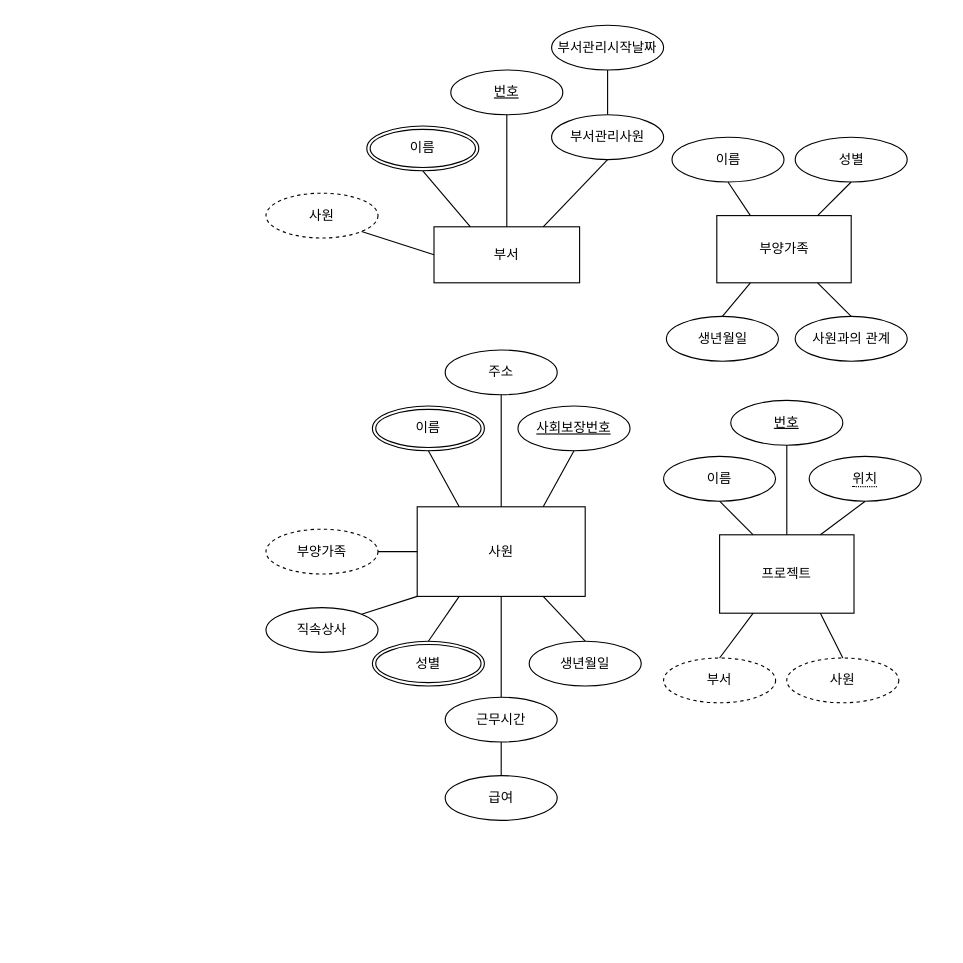
Earlier version of the draw.io diagram 회사다이어그램.drawio (fghjklvmbn/programming-of-anything). Source tidied: cells renumbered, new cells numbered last; positions are measured from the earlier drawing's top-left corner, leaving out a move shared by most shapes. Both pictures are drawn from the tidied source at 112%, with x=0, y=0 at pixel (265, 25).
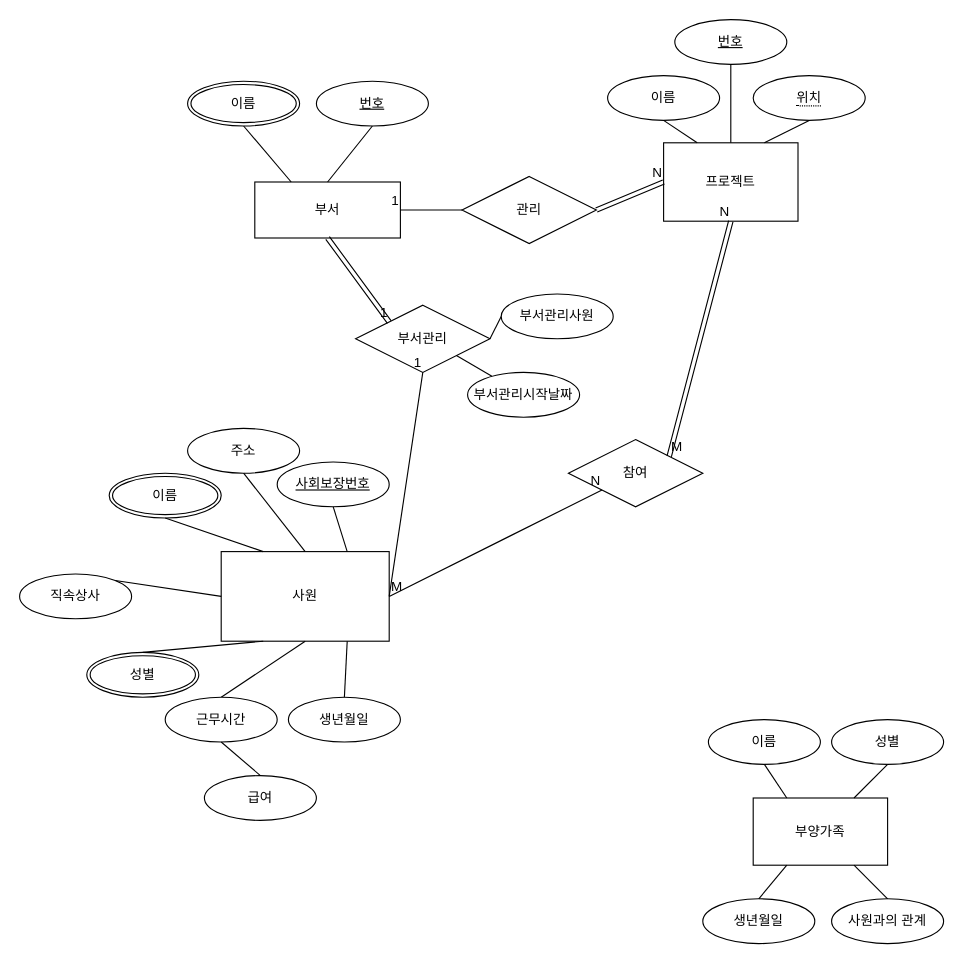
After the change.

Commit message:
회사다이어그램.drawio 업데이트

The edit, as a diff of the source:
```diff
@@
     <mxCell id="2" value="부서" style="rounded=0;whiteSpace=wrap;html=1;" parent="1" vertex="1">
-      <mxGeometry x="150" y="180" width="130" height="50" as="geometry" />
+      <mxGeometry x="-10" y="140" width="130" height="50" as="geometry" />
     </mxCell>
     <mxCell id="3" value="부양가족" style="rounded=0;whiteSpace=wrap;html=1;" parent="1" vertex="1">
-      <mxGeometry x="402.5" y="170" width="120" height="60" as="geometry" />
+      <mxGeometry x="435" y="690" width="120" height="60" as="geometry" />
     </mxCell>
     <mxCell id="4" value="프로젝트" style="rounded=0;whiteSpace=wrap;html=1;" parent="1" vertex="1">
-      <mxGeometry x="405" y="455" width="120" height="70" as="geometry" />
+      <mxGeometry x="355" y="105" width="120" height="70" as="geometry" />
     </mxCell>
     <mxCell id="5" value="사원" style="rounded=0;whiteSpace=wrap;html=1;" parent="1" vertex="1">
-      <mxGeometry x="135" y="430" width="150" height="80" as="geometry" />
+      <mxGeometry x="-40" y="470" width="150" height="80" as="geometry" />
     </mxCell>
     <mxCell id="6" value="이름" style="ellipse;shape=doubleEllipse;margin=3;whiteSpace=wrap;html=1;align=center;" parent="1" vertex="1">
-      <mxGeometry x="90" y="90" width="100" height="40" as="geometry" />
+      <mxGeometry x="-70" y="50" width="100" height="40" as="geometry" />
     </mxCell>
     <mxCell id="7" value="번호" style="ellipse;whiteSpace=wrap;html=1;align=center;fontStyle=4;" parent="1" vertex="1">
-      <mxGeometry x="165" y="40" width="100" height="40" as="geometry" />
+      <mxGeometry x="45" y="50" width="100" height="40" as="geometry" />
     </mxCell>
-    <mxCell id="8" value="사원" style="ellipse;whiteSpace=wrap;html=1;align=center;dashed=1;" parent="1" vertex="1">
-      <mxGeometry y="150" width="100" height="40" as="geometry" />
-    </mxCell>
     <mxCell id="9" value="주소" style="ellipse;whiteSpace=wrap;html=1;align=center;" parent="1" vertex="1">
-      <mxGeometry x="160" y="290" width="100" height="40" as="geometry" />
+      <mxGeometry x="-70" y="360" width="100" height="40" as="geometry" />
     </mxCell>
     <mxCell id="10" value="급여" style="ellipse;whiteSpace=wrap;html=1;align=center;" parent="1" vertex="1">
-      <mxGeometry x="160" y="670" width="100" height="40" as="geometry" />
+      <mxGeometry x="-55" y="670" width="100" height="40" as="geometry" />
     </mxCell>
     <mxCell id="11" value="생년월일" style="ellipse;whiteSpace=wrap;html=1;align=center;" parent="1" vertex="1">
-      <mxGeometry x="235" y="550" width="100" height="40" as="geometry" />
+      <mxGeometry x="20" y="600" width="100" height="40" as="geometry" />
     </mxCell>
     <mxCell id="12" value="사회보장번호" style="ellipse;whiteSpace=wrap;html=1;align=center;fontStyle=4;" parent="1" vertex="1">
-      <mxGeometry x="225" y="340" width="100" height="40" as="geometry" />
+      <mxGeometry x="10" y="390" width="100" height="40" as="geometry" />
     </mxCell>
     <mxCell id="13" value="이름" style="ellipse;shape=doubleEllipse;margin=3;whiteSpace=wrap;html=1;align=center;" parent="1" vertex="1">
-      <mxGeometry x="95" y="340" width="100" height="40" as="geometry" />
+      <mxGeometry x="-140" y="400" width="100" height="40" as="geometry" />
     </mxCell>
     <mxCell id="14" value="성별" style="ellipse;shape=doubleEllipse;margin=3;whiteSpace=wrap;html=1;align=center;" parent="1" vertex="1">
-      <mxGeometry x="95" y="550" width="100" height="40" as="geometry" />
+      <mxGeometry x="-160" y="560" width="100" height="40" as="geometry" />
     </mxCell>
@@
     <mxCell id="21" value="번호" style="ellipse;whiteSpace=wrap;html=1;align=center;fontStyle=4;" parent="1" vertex="1">
-      <mxGeometry x="415" y="335" width="100" height="40" as="geometry" />
+      <mxGeometry x="365" y="-5" width="100" height="40" as="geometry" />
     </mxCell>
-    <mxCell id="22" value="사원" style="ellipse;whiteSpace=wrap;html=1;align=center;dashed=1;" parent="1" vertex="1">
-      <mxGeometry x="465" y="565" width="100" height="40" as="geometry" />
-    </mxCell>
     <mxCell id="23" value="&lt;span style=&quot;border-bottom: 1px dotted&quot;&gt;위치&lt;br&gt;&lt;/span&gt;" style="ellipse;whiteSpace=wrap;html=1;align=center;" parent="1" vertex="1">
-      <mxGeometry x="485" y="385" width="100" height="40" as="geometry" />
+      <mxGeometry x="435" y="45" width="100" height="40" as="geometry" />
     </mxCell>
     <mxCell id="24" value="이름" style="ellipse;whiteSpace=wrap;html=1;align=center;" parent="1" vertex="1">
-      <mxGeometry x="355" y="385" width="100" height="40" as="geometry" />
+      <mxGeometry x="305" y="45" width="100" height="40" as="geometry" />
     </mxCell>
-    <mxCell id="25" value="부서" style="ellipse;whiteSpace=wrap;html=1;align=center;dashed=1;" parent="1" vertex="1">
-      <mxGeometry x="355" y="565" width="100" height="40" as="geometry" />
-    </mxCell>
-    <mxCell id="26" style="endArrow=none;html=1;rounded=0;exitX=0.25;exitY=1;exitDx=0;exitDy=0;entryX=0.5;entryY=0;entryDx=0;entryDy=0;" parent="1" edge="1" source="4" target="25">
-      <mxGeometry relative="1" as="geometry" />
-    </mxCell>
-    <mxCell id="27" style="endArrow=none;html=1;rounded=0;exitX=0.75;exitY=1;exitDx=0;exitDy=0;entryX=0.5;entryY=0;entryDx=0;entryDy=0;" parent="1" edge="1" source="4" target="22">
-      <mxGeometry relative="1" as="geometry" />
-    </mxCell>
@@
     <mxCell id="31" value="성별" style="ellipse;whiteSpace=wrap;html=1;align=center;" parent="1" vertex="1">
-      <mxGeometry x="472.5" y="100" width="100" height="40" as="geometry" />
+      <mxGeometry x="505" y="620" width="100" height="40" as="geometry" />
     </mxCell>
     <mxCell id="32" value="이름" style="ellipse;whiteSpace=wrap;html=1;align=center;" parent="1" vertex="1">
-      <mxGeometry x="362.5" y="100" width="100" height="40" as="geometry" />
+      <mxGeometry x="395" y="620" width="100" height="40" as="geometry" />
     </mxCell>
     <mxCell id="33" value="생년월일" style="ellipse;whiteSpace=wrap;html=1;align=center;" parent="1" vertex="1">
-      <mxGeometry x="357.5" y="260" width="100" height="40" as="geometry" />
+      <mxGeometry x="390" y="780" width="100" height="40" as="geometry" />
     </mxCell>
     <mxCell id="34" value="사원과의 관계" style="ellipse;whiteSpace=wrap;html=1;align=center;" parent="1" vertex="1">
-      <mxGeometry x="472.5" y="260" width="100" height="40" as="geometry" />
+      <mxGeometry x="505" y="780" width="100" height="40" as="geometry" />
     </mxCell>
@@
-    <mxCell id="39" style="endArrow=none;html=1;rounded=0;exitX=1;exitY=1;exitDx=0;exitDy=0;entryX=0;entryY=0.5;entryDx=0;entryDy=0;" parent="1" edge="1" source="8" target="2">
-      <mxGeometry relative="1" as="geometry" />
-    </mxCell>
@@
-    <mxCell id="42" style="endArrow=none;html=1;rounded=0;exitX=0.5;exitY=1;exitDx=0;exitDy=0;entryX=0.75;entryY=0;entryDx=0;entryDy=0;" parent="1" edge="1" source="51" target="2">
-      <mxGeometry relative="1" as="geometry" />
-    </mxCell>
-    <mxCell id="43" value="부양가족" style="ellipse;whiteSpace=wrap;html=1;align=center;dashed=1;" parent="1" vertex="1">
-      <mxGeometry y="450" width="100" height="40" as="geometry" />
-    </mxCell>
-    <mxCell id="44" style="endArrow=none;html=1;rounded=0;exitX=1;exitY=0.5;exitDx=0;exitDy=0;entryX=0;entryY=0.5;entryDx=0;entryDy=0;" parent="1" edge="1" source="43" target="5">
-      <mxGeometry relative="1" as="geometry" />
-    </mxCell>
-    <mxCell id="45" style="endArrow=none;html=1;rounded=0;exitX=0.5;exitY=0;exitDx=0;exitDy=0;entryX=0.5;entryY=1;entryDx=0;entryDy=0;" parent="1" edge="1" source="51" target="46">
-      <mxGeometry relative="1" as="geometry" />
-    </mxCell>
     <mxCell id="46" value="부서관리시작날짜" style="ellipse;whiteSpace=wrap;html=1;align=center;" parent="1" vertex="1">
-      <mxGeometry x="255" width="100" height="40" as="geometry" />
+      <mxGeometry x="180" y="310" width="100" height="40" as="geometry" />
     </mxCell>
     <mxCell id="47" value="직속상사&lt;br&gt;" style="ellipse;whiteSpace=wrap;html=1;align=center;" parent="1" vertex="1">
-      <mxGeometry y="520" width="100" height="40" as="geometry" />
+      <mxGeometry x="-220" y="490" width="100" height="40" as="geometry" />
     </mxCell>
-    <mxCell id="48" style="endArrow=none;html=1;rounded=0;exitX=1;exitY=0;exitDx=0;exitDy=0;entryX=0;entryY=1;entryDx=0;entryDy=0;" parent="1" edge="1" source="47" target="5">
+    <mxCell id="48" style="endArrow=none;html=1;rounded=0;exitX=1;exitY=0;exitDx=0;exitDy=0;entryX=0;entryY=0.5;entryDx=0;entryDy=0;" parent="1" edge="1" source="47" target="5">
       <mxGeometry relative="1" as="geometry" />
     </mxCell>
     <mxCell id="49" value="근무시간" style="ellipse;whiteSpace=wrap;html=1;align=center;" parent="1" vertex="1">
-      <mxGeometry x="160" y="600" width="100" height="40" as="geometry" />
+      <mxGeometry x="-90" y="600" width="100" height="40" as="geometry" />
     </mxCell>
@@
     <mxCell id="51" value="부서관리사원" style="ellipse;whiteSpace=wrap;html=1;align=center;" parent="1" vertex="1">
-      <mxGeometry x="255" y="80" width="100" height="40" as="geometry" />
+      <mxGeometry x="210" y="240" width="100" height="40" as="geometry" />
     </mxCell>
+    <mxCell id="52" value="참여" style="shape=rhombus;perimeter=rhombusPerimeter;whiteSpace=wrap;html=1;align=center;" parent="1" vertex="1">
+      <mxGeometry x="270" y="370" width="120" height="60" as="geometry" />
+    </mxCell>
+    <mxCell id="53" value="부서관리" style="shape=rhombus;perimeter=rhombusPerimeter;whiteSpace=wrap;html=1;align=center;" parent="1" vertex="1">
+      <mxGeometry x="80" y="250" width="120" height="60" as="geometry" />
+    </mxCell>
+    <mxCell id="54" style="endArrow=none;html=1;rounded=0;exitX=1;exitY=0.5;exitDx=0;exitDy=0;entryX=0.5;entryY=1;entryDx=0;entryDy=0;" parent="1" edge="1" source="5" target="53">
+      <mxGeometry relative="1" as="geometry" />
+    </mxCell>
+    <mxCell id="55" value="1" style="html=1;whiteSpace=wrap;align=right;verticalAlign=bottom;" parent="54" vertex="1">
+      <mxGeometry x="1" relative="1" as="geometry" />
+    </mxCell>
+    <mxCell id="56" style="shape=link;html=1;rounded=0;exitX=0.5;exitY=1;exitDx=0;exitDy=0;entryX=0;entryY=0;entryDx=0;entryDy=0;" parent="1" edge="1" source="2" target="53">
+      <mxGeometry relative="1" as="geometry" />
+    </mxCell>
+    <mxCell id="57" value="1" style="html=1;whiteSpace=wrap;align=right;verticalAlign=bottom;" parent="56" vertex="1">
+      <mxGeometry x="1" relative="1" as="geometry" />
+    </mxCell>
+    <mxCell id="58" style="endArrow=none;html=1;rounded=0;entryX=1;entryY=1;entryDx=0;entryDy=0;" parent="1" edge="1" source="46" target="53">
+      <mxGeometry relative="1" as="geometry" />
+    </mxCell>
+    <mxCell id="59" style="endArrow=none;html=1;rounded=0;exitX=1;exitY=0.5;exitDx=0;exitDy=0;entryX=0;entryY=0.5;entryDx=0;entryDy=0;" parent="1" edge="1" source="53" target="51">
+      <mxGeometry relative="1" as="geometry" />
+    </mxCell>
+    <mxCell id="60" style="endArrow=none;html=1;rounded=0;entryX=0;entryY=1;entryDx=0;entryDy=0;exitX=1;exitY=0.5;exitDx=0;exitDy=0;" parent="1" edge="1" source="5" target="52">
+      <mxGeometry relative="1" as="geometry" />
+    </mxCell>
+    <mxCell id="61" value="M" style="html=1;whiteSpace=wrap;align=left;verticalAlign=bottom;" parent="60" vertex="1">
+      <mxGeometry x="-1" relative="1" as="geometry" />
+    </mxCell>
+    <mxCell id="62" value="N" style="html=1;whiteSpace=wrap;align=right;verticalAlign=bottom;" parent="60" vertex="1">
+      <mxGeometry x="1" relative="1" as="geometry" />
+    </mxCell>
+    <mxCell id="63" style="shape=link;html=1;rounded=0;entryX=0.5;entryY=1;entryDx=0;entryDy=0;exitX=1;exitY=0;exitDx=0;exitDy=0;" parent="1" edge="1" source="52" target="4">
+      <mxGeometry relative="1" as="geometry" />
+    </mxCell>
+    <mxCell id="64" value="M" style="html=1;whiteSpace=wrap;align=left;verticalAlign=bottom;" parent="63" vertex="1">
+      <mxGeometry x="-1" relative="1" as="geometry" />
+    </mxCell>
+    <mxCell id="65" value="N" style="html=1;whiteSpace=wrap;align=right;verticalAlign=bottom;" parent="63" vertex="1">
+      <mxGeometry x="1" relative="1" as="geometry" />
+    </mxCell>
+    <mxCell id="66" value="관리" style="shape=rhombus;perimeter=rhombusPerimeter;whiteSpace=wrap;html=1;align=center;" parent="1" vertex="1">
+      <mxGeometry x="175" y="135" width="120" height="60" as="geometry" />
+    </mxCell>
+    <mxCell id="67" style="endArrow=none;html=1;rounded=0;exitX=0;exitY=0.5;exitDx=0;exitDy=0;entryX=1;entryY=0.5;entryDx=0;entryDy=0;" parent="1" edge="1" source="66" target="2">
+      <mxGeometry relative="1" as="geometry" />
+    </mxCell>
+    <mxCell id="68" value="1" style="html=1;whiteSpace=wrap;align=right;verticalAlign=bottom;" parent="67" vertex="1">
+      <mxGeometry x="1" relative="1" as="geometry" />
+    </mxCell>
+    <mxCell id="69" style="shape=link;html=1;rounded=0;exitX=1;exitY=0.5;exitDx=0;exitDy=0;entryX=0;entryY=0.5;entryDx=0;entryDy=0;" parent="1" edge="1" source="66" target="4">
+      <mxGeometry relative="1" as="geometry" />
+    </mxCell>
+    <mxCell id="70" value="N" style="html=1;whiteSpace=wrap;align=right;verticalAlign=bottom;" parent="69" vertex="1">
+      <mxGeometry x="1" relative="1" as="geometry" />
+    </mxCell>
```
